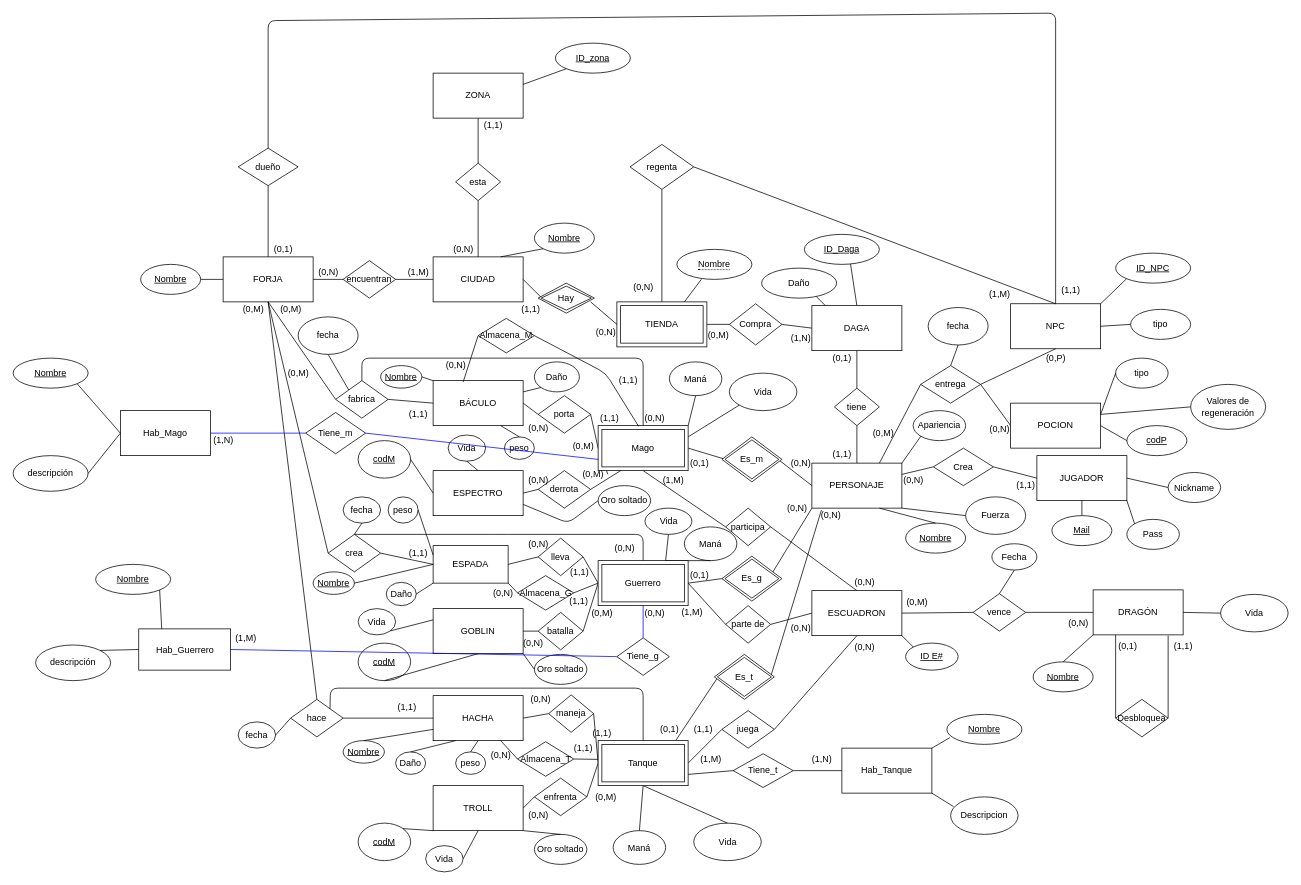
Before: DragonesyCavernas.drawio in anaagarco/Dragones-y-Cavernas, a draw.io diagram. Source tidied: cells renumbered, new cells numbered last; positions are measured from the earlier drawing's top-left corner, leaving out a move shared by most shapes. Both pictures are drawn from the tidied source at 75%, with x=0, y=0 at pixel (13, 13).
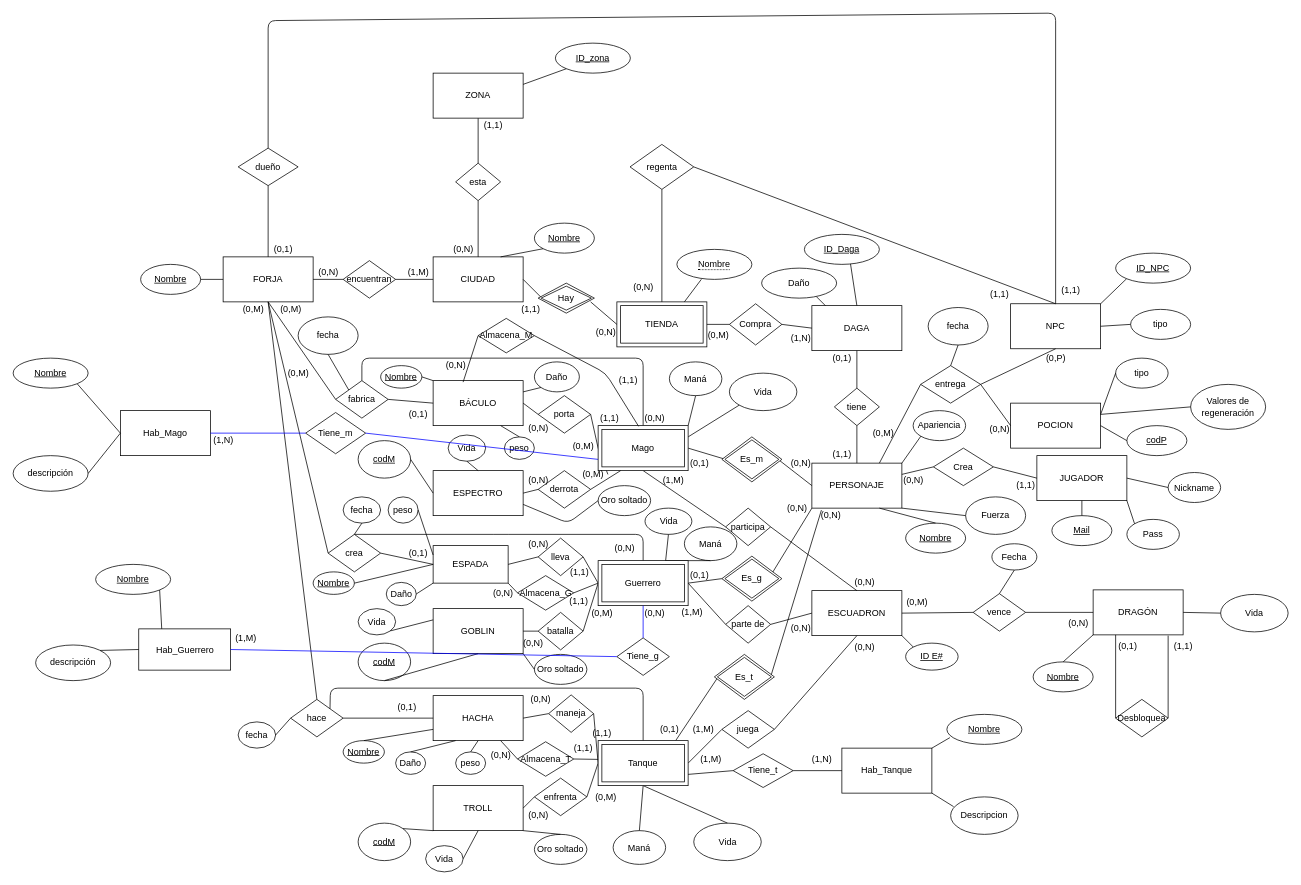
After the change.

Commit message:
Finalizado el modelado

Change to the diagram source:
```diff
@@
-    <mxCell id="230" value="(1,1)" style="text;html=1;align=center;verticalAlign=middle;strokeColor=none;fillColor=none;" parent="1" vertex="1">
+    <mxCell id="230" value="(0,1)" style="text;html=1;align=center;verticalAlign=middle;strokeColor=none;fillColor=none;" parent="1" vertex="1">
       <mxGeometry x="520" y="525" width="40" height="20" as="geometry" />
     </mxCell>
-    <mxCell id="231" value="(1,1)" style="text;html=1;align=center;verticalAlign=middle;strokeColor=none;fillColor=none;" parent="1" vertex="1">
+    <mxCell id="231" value="(0,1)" style="text;html=1;align=center;verticalAlign=middle;strokeColor=none;fillColor=none;" parent="1" vertex="1">
       <mxGeometry x="520" y="710" width="40" height="20" as="geometry" />
     </mxCell>
-    <mxCell id="232" value="(1,1)" style="text;html=1;align=center;verticalAlign=middle;strokeColor=none;fillColor=none;" parent="1" vertex="1">
+    <mxCell id="232" value="(0,1)" style="text;html=1;align=center;verticalAlign=middle;strokeColor=none;fillColor=none;" parent="1" vertex="1">
       <mxGeometry x="505" y="915" width="40" height="20" as="geometry" />
     </mxCell>
@@
-    <mxCell id="236" value="(1,M)" style="text;html=1;align=center;verticalAlign=middle;strokeColor=none;fillColor=none;" parent="1" vertex="1">
+    <mxCell id="236" value="(1,1)" style="text;html=1;align=center;verticalAlign=middle;strokeColor=none;fillColor=none;" parent="1" vertex="1">
       <mxGeometry x="1295" y="365" width="40" height="20" as="geometry" />
     </mxCell>
@@
-    <mxCell id="247" value="(1,1)" style="text;html=1;align=center;verticalAlign=middle;strokeColor=none;fillColor=none;" parent="1" vertex="1">
+    <mxCell id="247" value="(1,M)" style="text;html=1;align=center;verticalAlign=middle;strokeColor=none;fillColor=none;" parent="1" vertex="1">
       <mxGeometry x="900" y="945" width="40" height="20" as="geometry" />
     </mxCell>
```
